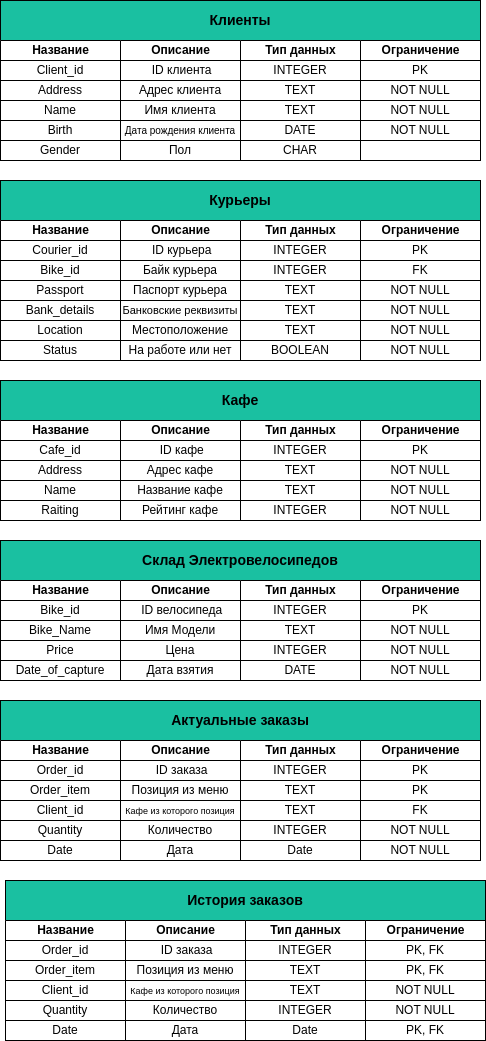
The draw.io diagram Delivery_DB_Project/Physic_Model/Physic_Model.png in fl4cko11/Data_Bases_MIPT, before a commit. Source tidied: cells renumbered, new cells last; positions are measured from the earlier drawing's top-left corner, leaving out a move shared by most shapes.
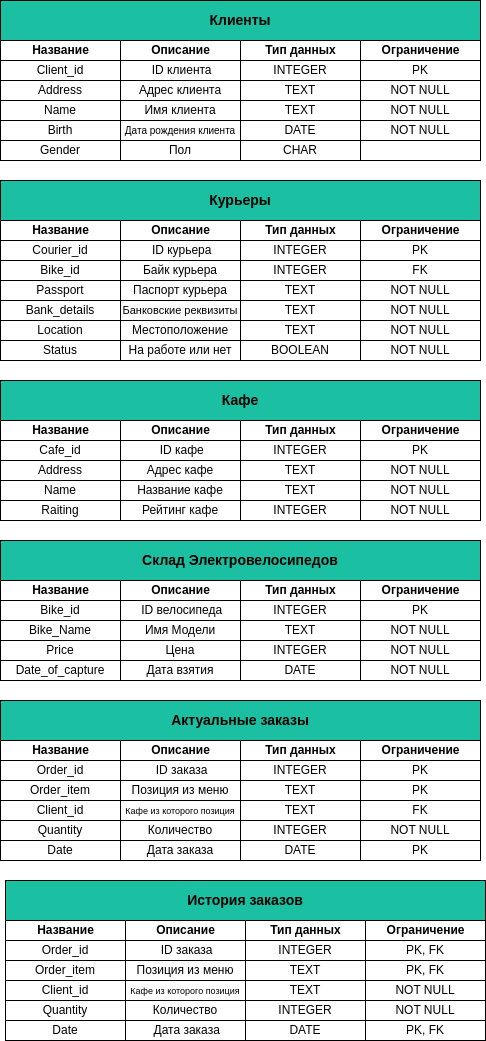
After the commit.

Commit message:
correct model and DDL scripts

Change to the diagram source:
```diff
@@ -356,13 +356,13 @@
     <mxCell id="119" value="Date" style="html=1;whiteSpace=wrap;" parent="1" vertex="1">
       <mxGeometry y="840" width="120" height="20" as="geometry" />
     </mxCell>
-    <mxCell id="120" value="Дата" style="html=1;whiteSpace=wrap;" parent="1" vertex="1">
+    <mxCell id="120" value="Дата заказа" style="html=1;whiteSpace=wrap;" parent="1" vertex="1">
       <mxGeometry x="120" y="840" width="120" height="20" as="geometry" />
     </mxCell>
-    <mxCell id="121" value="Date" style="html=1;whiteSpace=wrap;" parent="1" vertex="1">
+    <mxCell id="121" value="DATE" style="html=1;whiteSpace=wrap;" parent="1" vertex="1">
       <mxGeometry x="240" y="840" width="120" height="20" as="geometry" />
     </mxCell>
-    <mxCell id="122" value="NOT NULL" style="html=1;whiteSpace=wrap;" parent="1" vertex="1">
+    <mxCell id="122" value="PK" style="html=1;whiteSpace=wrap;" parent="1" vertex="1">
       <mxGeometry x="360" y="840" width="120" height="20" as="geometry" />
     </mxCell>
     <mxCell id="123" value="Ограничение" style="swimlane;startSize=20;html=1;" parent="1" vertex="1">
@@ -431,10 +431,10 @@
     <mxCell id="144" value="Date" style="html=1;whiteSpace=wrap;" parent="1" vertex="1">
       <mxGeometry x="5" y="1020" width="120" height="20" as="geometry" />
     </mxCell>
-    <mxCell id="145" value="Дата" style="html=1;whiteSpace=wrap;" parent="1" vertex="1">
+    <mxCell id="145" value="&amp;nbsp;Дата заказа" style="html=1;whiteSpace=wrap;" parent="1" vertex="1">
       <mxGeometry x="125" y="1020" width="120" height="20" as="geometry" />
     </mxCell>
-    <mxCell id="146" value="Date" style="html=1;whiteSpace=wrap;" parent="1" vertex="1">
+    <mxCell id="146" value="DATE" style="html=1;whiteSpace=wrap;" parent="1" vertex="1">
       <mxGeometry x="245" y="1020" width="120" height="20" as="geometry" />
     </mxCell>
     <mxCell id="147" value="PK, FK" style="html=1;whiteSpace=wrap;" parent="1" vertex="1">
```
